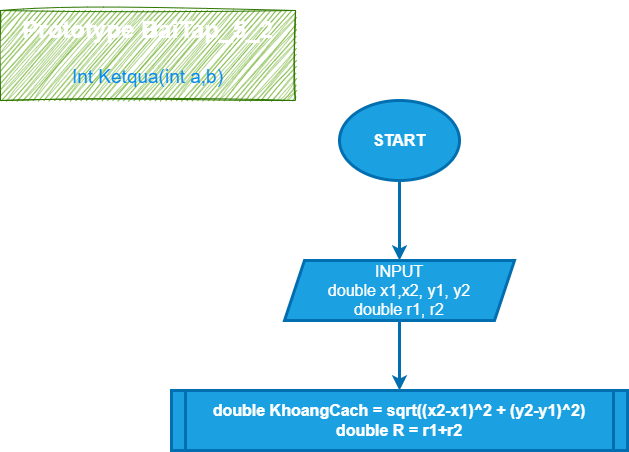
MinkWungNe/NLNNLT keeps this draw.io diagram as Lab_2/Bai_5/FlowBai_5_2.drawio.png. Above is the earlier version. Source tidied: cells renumbered, new cells last; positions are measured from the earlier drawing's top-left corner, leaving out a move shared by most shapes.
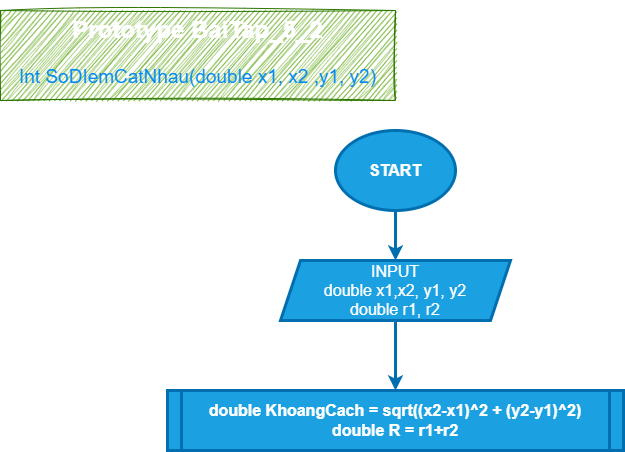
The same diagram one commit later.

Change to the diagram source:
```diff
@@ -2,14 +2,14 @@
   <root>
     <mxCell id="0" />
     <mxCell id="1" parent="0" />
-    <mxCell id="2" value="&lt;h1&gt;&lt;span style=&quot;background-color: initial;&quot;&gt;Prototype BaiTap_5_2&lt;/span&gt;&lt;/h1&gt;&lt;h1&gt;&lt;span style=&quot;font-weight: 400;&quot;&gt;&lt;font color=&quot;#058af0&quot; style=&quot;font-size: 19px;&quot;&gt;Int Ketqua(int a,b)&lt;/font&gt;&lt;/span&gt;&lt;/h1&gt;" style="text;html=1;strokeColor=#2D7600;fillColor=#60a917;spacing=5;spacingTop=-20;whiteSpace=wrap;overflow=hidden;rounded=0;fontColor=#ffffff;sketch=1;curveFitting=1;jiggle=2;align=center;" parent="1" vertex="1">
-      <mxGeometry width="295" height="90" as="geometry" />
+    <mxCell id="2" value="&lt;h1&gt;&lt;span style=&quot;background-color: initial;&quot;&gt;Prototype BaiTap_5_2&lt;/span&gt;&lt;/h1&gt;&lt;h1&gt;&lt;span style=&quot;font-weight: 400;&quot;&gt;&lt;font color=&quot;#058af0&quot; style=&quot;font-size: 19px;&quot;&gt;Int SoDIemCatNhau(double x1, x2 ,y1, y2)&lt;/font&gt;&lt;/span&gt;&lt;/h1&gt;" style="text;html=1;strokeColor=#2D7600;fillColor=#60a917;spacing=5;spacingTop=-20;whiteSpace=wrap;overflow=hidden;rounded=0;fontColor=#ffffff;sketch=1;curveFitting=1;jiggle=2;align=center;" parent="1" vertex="1">
+      <mxGeometry x="4" width="395" height="90" as="geometry" />
     </mxCell>
     <mxCell id="3" style="edgeStyle=none;html=1;strokeWidth=3;fillColor=#1ba1e2;strokeColor=#006EAF;rounded=0;" parent="1" edge="1" source="4" target="6">
       <mxGeometry relative="1" as="geometry" />
     </mxCell>
     <mxCell id="4" value="START" style="ellipse;whiteSpace=wrap;html=1;fillColor=#1ba1e2;fontColor=#ffffff;strokeColor=#006EAF;strokeWidth=3;fontStyle=1;fontSize=16;rounded=0;" parent="1" vertex="1">
-      <mxGeometry x="339" y="90" width="120" height="80" as="geometry" />
+      <mxGeometry x="339" y="120" width="120" height="80" as="geometry" />
     </mxCell>
     <mxCell id="5" style="edgeStyle=none;html=1;entryX=0.5;entryY=0;entryDx=0;entryDy=0;strokeWidth=3;fillColor=#1ba1e2;strokeColor=#006EAF;" parent="1" edge="1" source="6" target="7">
       <mxGeometry relative="1" as="geometry" />
```
